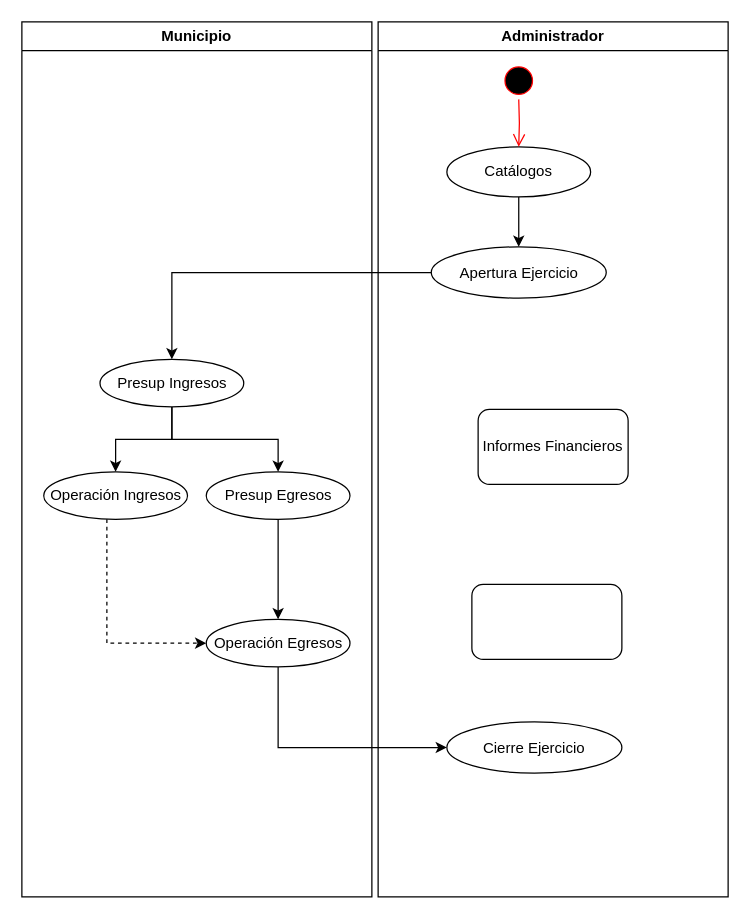
Above: page "General" (1 of 6) of docum/Untitled Diagram.drawio in asvsoftUAGro/mposGRO (draw.io), before the change. Source tidied: cells renumbered, new cells numbered last; positions are measured from the earlier drawing's top-left corner, leaving out a move shared by most shapes. Both pictures are drawn from the tidied source at 125%, with x=0, y=0 at pixel (21, 21).
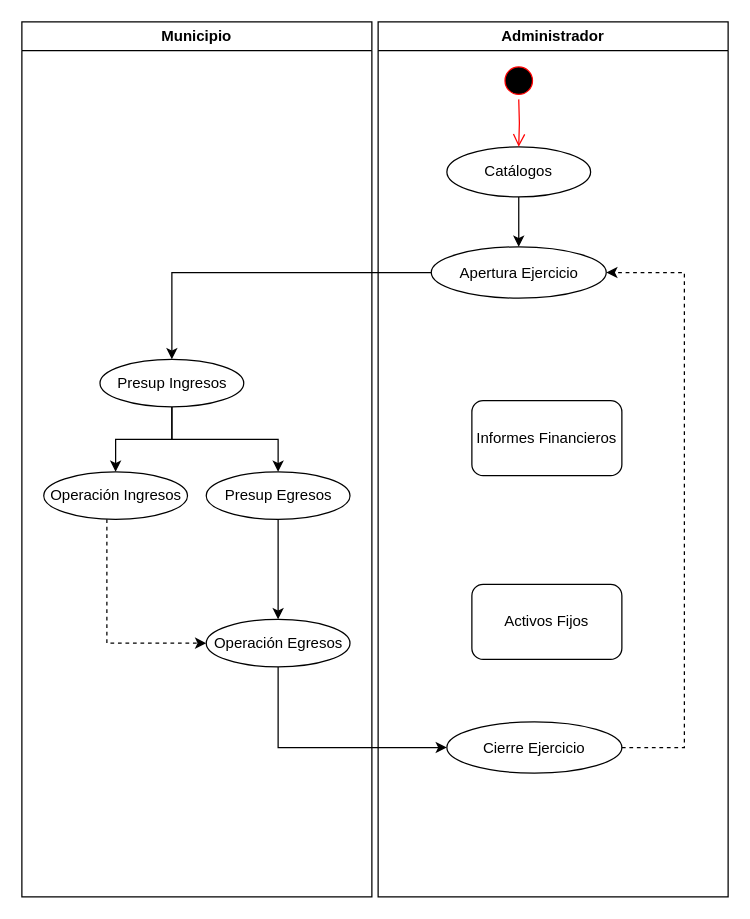
The same page after the edit.

Unchanged cells that the change refers to:
```xml
<mxCell id="11" value="Administrador" style="swimlane;whiteSpace=wrap;" parent="1" vertex="1">
  <mxGeometry x="285" width="280" height="700" as="geometry" />
</mxCell>
<mxCell id="16" value="Apertura Ejercicio" style="ellipse;whiteSpace=wrap;html=1;" parent="11" vertex="1">
  <mxGeometry x="42.5" y="180" width="140" height="41" as="geometry" />
</mxCell>
<mxCell id="17" value="Cierre Ejercicio" style="ellipse;whiteSpace=wrap;html=1;" parent="11" vertex="1">
  <mxGeometry x="55" y="560" width="140" height="41" as="geometry" />
</mxCell>
```

What changed in the source:
```diff
@@
     <mxCell id="18" value="Informes Financieros" style="rounded=1;whiteSpace=wrap;html=1;" parent="11" vertex="1">
-      <mxGeometry x="80" y="310" width="120" height="60" as="geometry" />
+      <mxGeometry x="75" y="303" width="120" height="60" as="geometry" />
     </mxCell>
-    <mxCell id="19" style="rounded=1;whiteSpace=wrap;html=1;" parent="11" vertex="1">
+    <mxCell id="19" value="Activos Fijos" style="rounded=1;whiteSpace=wrap;html=1;" parent="11" vertex="1">
       <mxGeometry x="75" y="450" width="120" height="60" as="geometry" />
     </mxCell>
+    <mxCell id="22" style="edgeStyle=orthogonalEdgeStyle;rounded=0;jettySize=auto;html=1;entryX=1;entryY=0.5;entryDx=0;entryDy=0;dashed=1;" parent="11" edge="1" source="17" target="16">
+      <mxGeometry relative="1" as="geometry">
+        <Array as="points">
+          <mxPoint x="245" y="581" />
+          <mxPoint x="245" y="201" />
+        </Array>
+      </mxGeometry>
+    </mxCell>
```
